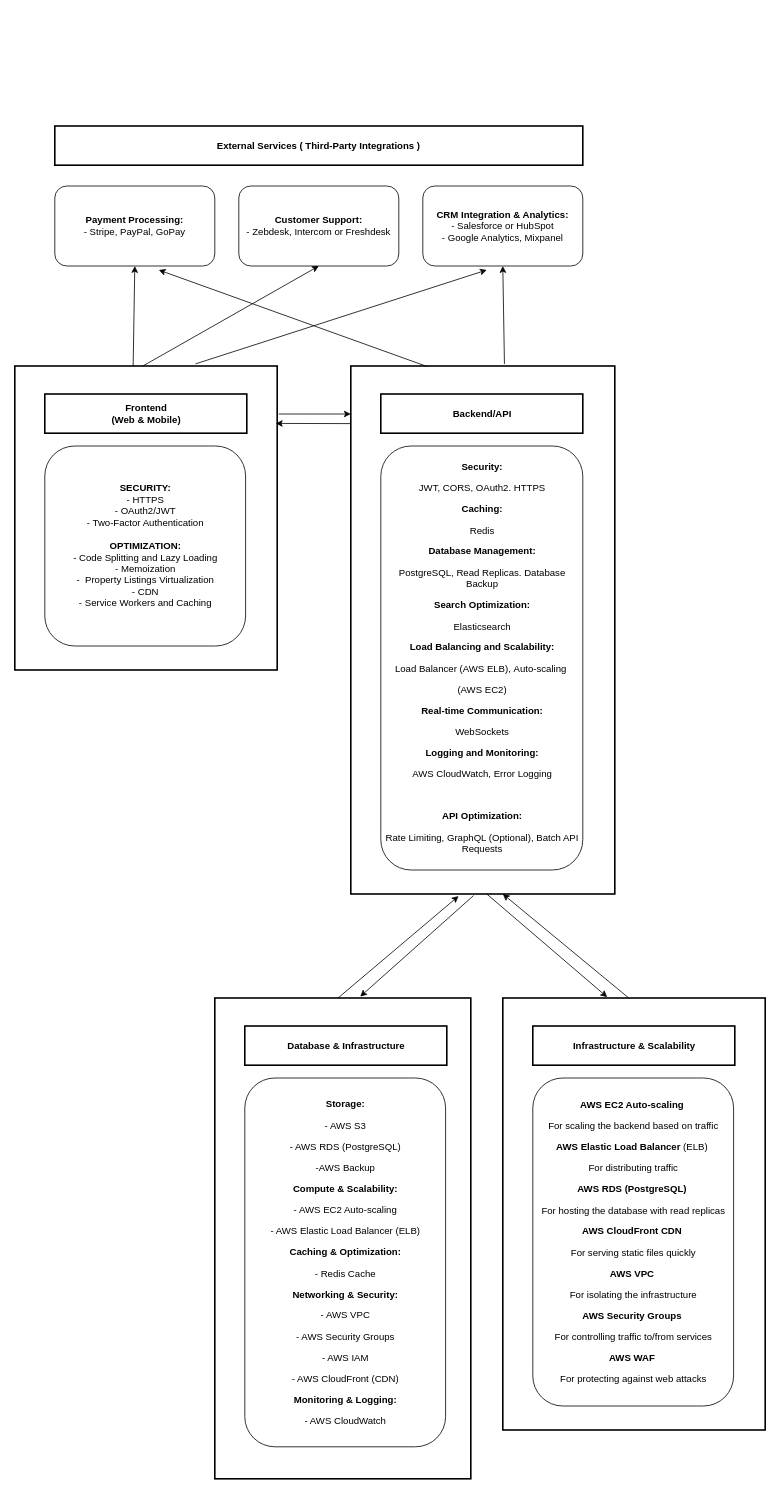
szumi112/task keeps this draw.io diagram as Diagram bez tytułu.drawio. Above is the earlier version. Source tidied: cells renumbered, new cells numbered last; positions are measured from the earlier drawing's top-left corner, leaving out a move shared by most shapes. Both pictures are drawn from the tidied source at 80%, with x=0, y=0 at pixel (14, 126).
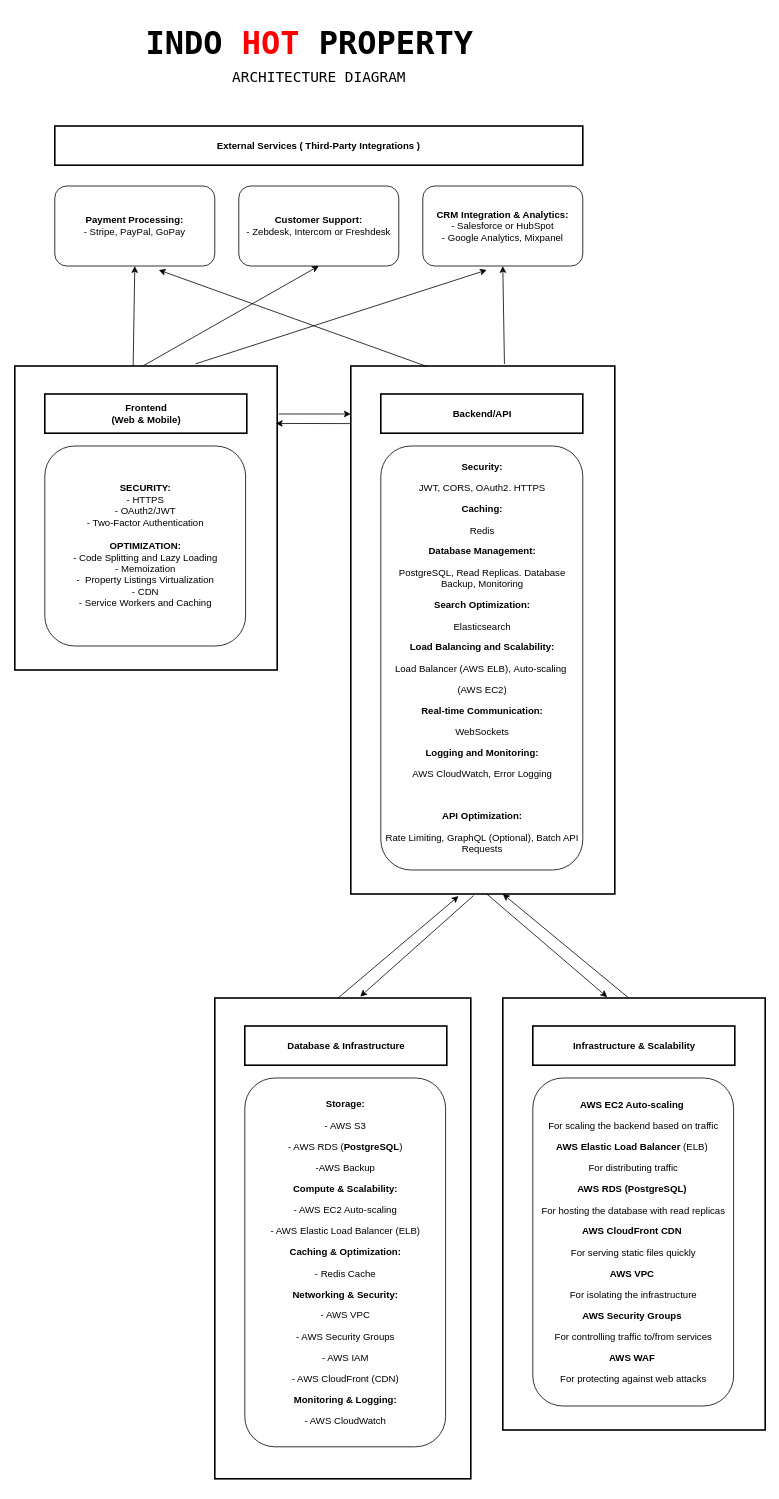
Above is the later version.

Diff of the diagram source:
```diff
@@
-    <mxCell id="8" value="&lt;p&gt;&lt;b&gt;Security:&lt;/b&gt;&lt;/p&gt;&lt;p&gt;JWT,&amp;nbsp;&lt;span style=&quot;background-color: initial;&quot;&gt;CORS,&amp;nbsp;&lt;/span&gt;&lt;span style=&quot;background-color: initial;&quot;&gt;OAuth2.&amp;nbsp;&lt;/span&gt;&lt;span style=&quot;background-color: initial;&quot;&gt;HTTPS&lt;/span&gt;&lt;/p&gt;&lt;p&gt;&lt;/p&gt;&lt;p&gt;&lt;b&gt;Caching:&lt;/b&gt;&lt;/p&gt;&lt;p&gt;Redis&lt;/p&gt;&lt;p&gt;&lt;/p&gt;&lt;p&gt;&lt;b&gt;Database Management:&lt;/b&gt;&lt;/p&gt;&lt;p&gt;PostgreSQL,&amp;nbsp;&lt;span style=&quot;background-color: initial;&quot;&gt;Read Replicas.&amp;nbsp;&lt;/span&gt;&lt;span style=&quot;background-color: initial;&quot;&gt;Database Backup&lt;/span&gt;&lt;/p&gt;&lt;p&gt;&lt;/p&gt;&lt;p&gt;&lt;b&gt;Search Optimization:&lt;/b&gt;&lt;/p&gt;&lt;p&gt;Elasticsearch&lt;/p&gt;&lt;p&gt;&lt;/p&gt;&lt;p&gt;&lt;b&gt;Load Balancing and Scalability:&lt;/b&gt;&lt;/p&gt;&lt;p&gt;Load Balancer (AWS ELB),&amp;nbsp;&lt;span style=&quot;background-color: initial;&quot;&gt;Auto-scaling&amp;nbsp;&lt;/span&gt;&lt;/p&gt;&lt;p&gt;&lt;span style=&quot;background-color: initial;&quot;&gt;(AWS EC2)&lt;/span&gt;&lt;/p&gt;&lt;p&gt;&lt;/p&gt;&lt;p&gt;&lt;b&gt;Real-time Communication:&lt;/b&gt;&lt;/p&gt;&lt;p&gt;WebSockets&lt;/p&gt;&lt;p&gt;&lt;/p&gt;&lt;p&gt;&lt;b&gt;Logging and Monitoring:&lt;/b&gt;&lt;/p&gt;&lt;p&gt;AWS CloudWatch,&amp;nbsp;&lt;span style=&quot;background-color: initial;&quot;&gt;Error Logging&lt;/span&gt;&lt;/p&gt;&lt;p&gt;&lt;br&gt;&lt;/p&gt;&lt;p&gt;&lt;b&gt;API Optimization:&lt;/b&gt;&lt;/p&gt;&lt;p&gt;Rate Limiting,&amp;nbsp;&lt;span style=&quot;background-color: initial;&quot;&gt;GraphQL (Optional),&amp;nbsp;&lt;/span&gt;&lt;span style=&quot;background-color: initial;&quot;&gt;Batch API Requests&lt;/span&gt;&lt;/p&gt;" style="rounded=1;whiteSpace=wrap;html=1;" parent="1" vertex="1">
+    <mxCell id="8" value="&lt;p&gt;&lt;b&gt;Security:&lt;/b&gt;&lt;/p&gt;&lt;p&gt;JWT,&amp;nbsp;&lt;span style=&quot;background-color: initial;&quot;&gt;CORS,&amp;nbsp;&lt;/span&gt;&lt;span style=&quot;background-color: initial;&quot;&gt;OAuth2.&amp;nbsp;&lt;/span&gt;&lt;span style=&quot;background-color: initial;&quot;&gt;HTTPS&lt;/span&gt;&lt;/p&gt;&lt;p&gt;&lt;/p&gt;&lt;p&gt;&lt;b&gt;Caching:&lt;/b&gt;&lt;/p&gt;&lt;p&gt;Redis&lt;/p&gt;&lt;p&gt;&lt;/p&gt;&lt;p&gt;&lt;b&gt;Database Management:&lt;/b&gt;&lt;/p&gt;&lt;p&gt;PostgreSQL,&amp;nbsp;&lt;span style=&quot;background-color: initial;&quot;&gt;Read Replicas.&amp;nbsp;&lt;/span&gt;&lt;span style=&quot;background-color: initial;&quot;&gt;Database Backup, Monitoring&lt;/span&gt;&lt;/p&gt;&lt;p&gt;&lt;/p&gt;&lt;p&gt;&lt;b&gt;Search Optimization:&lt;/b&gt;&lt;/p&gt;&lt;p&gt;Elasticsearch&lt;/p&gt;&lt;p&gt;&lt;/p&gt;&lt;p&gt;&lt;b&gt;Load Balancing and Scalability:&lt;/b&gt;&lt;/p&gt;&lt;p&gt;Load Balancer (AWS ELB),&amp;nbsp;&lt;span style=&quot;background-color: initial;&quot;&gt;Auto-scaling&amp;nbsp;&lt;/span&gt;&lt;/p&gt;&lt;p&gt;&lt;span style=&quot;background-color: initial;&quot;&gt;(AWS EC2)&lt;/span&gt;&lt;/p&gt;&lt;p&gt;&lt;/p&gt;&lt;p&gt;&lt;b&gt;Real-time Communication:&lt;/b&gt;&lt;/p&gt;&lt;p&gt;WebSockets&lt;/p&gt;&lt;p&gt;&lt;/p&gt;&lt;p&gt;&lt;b&gt;Logging and Monitoring:&lt;/b&gt;&lt;/p&gt;&lt;p&gt;AWS CloudWatch,&amp;nbsp;&lt;span style=&quot;background-color: initial;&quot;&gt;Error Logging&lt;/span&gt;&lt;/p&gt;&lt;p&gt;&lt;br&gt;&lt;/p&gt;&lt;p&gt;&lt;b&gt;API Optimization:&lt;/b&gt;&lt;/p&gt;&lt;p&gt;Rate Limiting,&amp;nbsp;&lt;span style=&quot;background-color: initial;&quot;&gt;GraphQL (Optional),&amp;nbsp;&lt;/span&gt;&lt;span style=&quot;background-color: initial;&quot;&gt;Batch API Requests&lt;/span&gt;&lt;/p&gt;" style="rounded=1;whiteSpace=wrap;html=1;" parent="1" vertex="1">
       <mxGeometry x="457.5" y="400" width="252.5" height="530" as="geometry" />
     </mxCell>
@@
-    <mxCell id="13" value="&lt;p&gt;&lt;b&gt;Storage:&lt;/b&gt;&lt;/p&gt;&lt;p&gt;&lt;/p&gt;&lt;p&gt;- AWS S3&lt;/p&gt;&lt;p&gt;- AWS RDS (PostgreSQL)&lt;/p&gt;&lt;p&gt;-AWS Backup&lt;/p&gt;&lt;p&gt;&lt;b&gt;Compute &amp;amp; Scalability:&lt;/b&gt;&lt;/p&gt;&lt;p&gt;&lt;/p&gt;&lt;p&gt;- AWS EC2 Auto-scaling&lt;/p&gt;&lt;p&gt;- AWS Elastic Load Balancer (ELB)&lt;/p&gt;&lt;p&gt;&lt;b&gt;Caching &amp;amp; Optimization:&lt;/b&gt;&lt;/p&gt;&lt;p&gt;&lt;/p&gt;&lt;p&gt;- Redis Cache&lt;/p&gt;&lt;p&gt;&lt;b&gt;Networking &amp;amp; Security:&lt;/b&gt;&lt;/p&gt;&lt;p&gt;&lt;/p&gt;&lt;p&gt;- AWS VPC&lt;/p&gt;&lt;p&gt;- AWS Security Groups&lt;/p&gt;&lt;p&gt;- AWS IAM&lt;/p&gt;&lt;p&gt;- AWS CloudFront (CDN)&lt;/p&gt;&lt;p&gt;&lt;b&gt;Monitoring &amp;amp; Logging:&lt;/b&gt;&lt;/p&gt;&lt;p&gt;&lt;/p&gt;&lt;p&gt;- AWS CloudWatch&lt;/p&gt;" style="rounded=1;whiteSpace=wrap;html=1;" parent="1" vertex="1">
+    <mxCell id="13" value="&lt;p&gt;&lt;b&gt;Storage:&lt;/b&gt;&lt;/p&gt;&lt;p&gt;&lt;/p&gt;&lt;p&gt;- AWS S3&lt;/p&gt;&lt;p&gt;- AWS RDS (&lt;b&gt;PostgreSQL&lt;/b&gt;)&lt;/p&gt;&lt;p&gt;-AWS Backup&lt;/p&gt;&lt;p&gt;&lt;b&gt;Compute &amp;amp; Scalability:&lt;/b&gt;&lt;/p&gt;&lt;p&gt;&lt;/p&gt;&lt;p&gt;- AWS EC2 Auto-scaling&lt;/p&gt;&lt;p&gt;- AWS Elastic Load Balancer (ELB)&lt;/p&gt;&lt;p&gt;&lt;b&gt;Caching &amp;amp; Optimization:&lt;/b&gt;&lt;/p&gt;&lt;p&gt;&lt;/p&gt;&lt;p&gt;- Redis Cache&lt;/p&gt;&lt;p&gt;&lt;b&gt;Networking &amp;amp; Security:&lt;/b&gt;&lt;/p&gt;&lt;p&gt;&lt;/p&gt;&lt;p&gt;- AWS VPC&lt;/p&gt;&lt;p&gt;- AWS Security Groups&lt;/p&gt;&lt;p&gt;- AWS IAM&lt;/p&gt;&lt;p&gt;- AWS CloudFront (CDN)&lt;/p&gt;&lt;p&gt;&lt;b&gt;Monitoring &amp;amp; Logging:&lt;/b&gt;&lt;/p&gt;&lt;p&gt;&lt;/p&gt;&lt;p&gt;- AWS CloudWatch&lt;/p&gt;" style="rounded=1;whiteSpace=wrap;html=1;" parent="1" vertex="1">
       <mxGeometry x="287.5" y="1190" width="251" height="461" as="geometry" />
     </mxCell>
@@
+    <mxCell id="34" value="&lt;h1 style=&quot;line-height: 20%; font-size: 40px;&quot;&gt;&lt;font style=&quot;font-size: 40px;&quot; face=&quot;Lucida Console&quot;&gt;INDO &lt;font style=&quot;font-size: 40px;&quot; color=&quot;#ff0000&quot;&gt;HOT&lt;/font&gt; PROPERTY&amp;nbsp;&lt;/font&gt;&lt;/h1&gt;&lt;h2&gt;&lt;font style=&quot;font-weight: normal; font-size: 18px;&quot; face=&quot;Lucida Console&quot;&gt;ARCHITECTURE DIAGRAM&lt;/font&gt;&lt;/h2&gt;" style="text;html=1;align=center;verticalAlign=middle;strokeColor=none;fillColor=none;" parent="1" vertex="1">
+      <mxGeometry x="145" y="-140" width="470" height="110" as="geometry" />
+    </mxCell>
```
